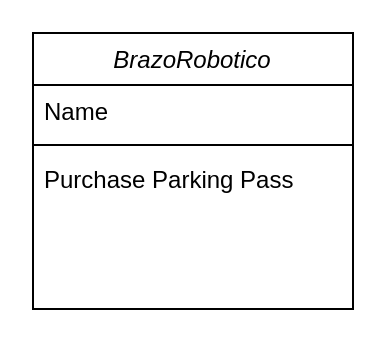
Before: ProyectoInegradorDeSaberes.drawio in JJOC3S/P.I.S., a draw.io diagram. Source tidied: cells renumbered, new cells numbered last; positions are measured from the earlier drawing's top-left corner, leaving out a move shared by most shapes. Both pictures are drawn from the tidied source at 200%, with x=0, y=0 at pixel (32, 32).
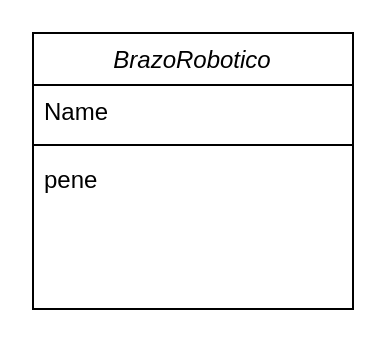
The same diagram, later.

Diff of the diagram source:
```diff
@@
 <mxGraphModel>
   <root>
     <mxCell id="0" />
     <mxCell id="1" parent="0" />
     <mxCell id="2" value="BrazoRobotico" style="swimlane;fontStyle=2;align=center;verticalAlign=top;horizontal=1;startSize=26;rounded=0;shadow=0;strokeWidth=1;" parent="1" vertex="1">
       <mxGeometry width="160" height="138" as="geometry" />
     </mxCell>
     <mxCell id="3" value="Name" style="text;align=left;verticalAlign=top;spacingLeft=4;spacingRight=4;overflow=hidden;" parent="2" vertex="1">
       <mxGeometry y="26" width="160" height="26" as="geometry" />
     </mxCell>
     <mxCell id="4" style="line;html=1;strokeWidth=1;align=left;verticalAlign=middle;spacingTop=-1;spacingLeft=3;spacingRight=3;labelPosition=right;" parent="2" vertex="1">
       <mxGeometry y="52" width="160" height="8" as="geometry" />
     </mxCell>
-    <mxCell id="5" value="Purchase Parking Pass" style="text;align=left;verticalAlign=top;spacingLeft=4;spacingRight=4;overflow=hidden;" parent="2" vertex="1">
+    <mxCell id="5" value="pene" style="text;align=left;verticalAlign=top;spacingLeft=4;spacingRight=4;overflow=hidden;" parent="2" vertex="1">
       <mxGeometry y="60" width="160" height="26" as="geometry" />
     </mxCell>
   </root>
 </mxGraphModel>
```
